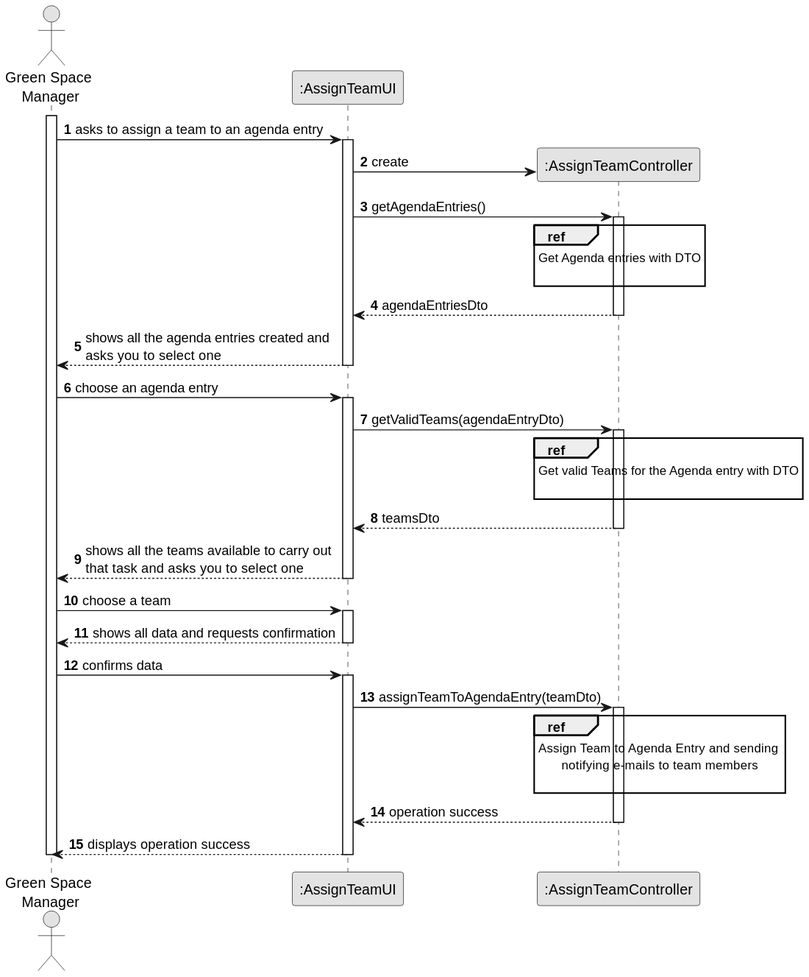
This is docs/sprintC/us023/03.design/svg/us023-sequence-diagram-split.svg from diogoveirospro/lei-24-s2-1dg-g072, a PlantUML export, as it was before one commit. Source of this version:
```plantuml
@startuml
skinparam monochrome true
skinparam packageStyle rectangle
skinparam shadowing false

autonumber

actor "Green Space\n Manager" as GSM
participant ":AssignTeamUI" as UI
participant ":AssignTeamController" as CTRL

activate GSM

    GSM -> UI : asks to assign a team to an agenda entry
    activate UI

    UI -> CTRL** : create

    UI -> CTRL : getAgendaEntries()
    activate CTRL

        ref over CTRL
        Get Agenda entries with DTO

        end

        CTRL --> UI : agendaEntriesDto
    deactivate CTRL

    UI --> GSM : shows all the agenda entries created and \nasks you to select one
    deactivate UI

    GSM -> UI : choose an agenda entry
    activate UI

    UI -> CTRL : getValidTeams(agendaEntryDto)
    activate CTRL

        ref over CTRL
        Get valid Teams for the Agenda entry with DTO

        end

        CTRL --> UI : teamsDto
    deactivate CTRL

    UI --> GSM : shows all the teams available to carry out \nthat task and asks you to select one
    deactivate UI

    GSM -> UI : choose a team
    activate UI

        UI --> GSM : shows all data and requests confirmation
    deactivate UI

    GSM -> UI : confirms data
    activate UI

        UI -> CTRL : assignTeamToAgendaEntry(teamDto)
        activate CTRL

            ref over CTRL
            Assign Team to Agenda Entry and sending
            notifying e-mails to team members

            end

            CTRL --> UI : operation success
        deactivate CTRL

        UI --> GSM : displays operation success
    deactivate UI

deactivate GSM
@enduml
```
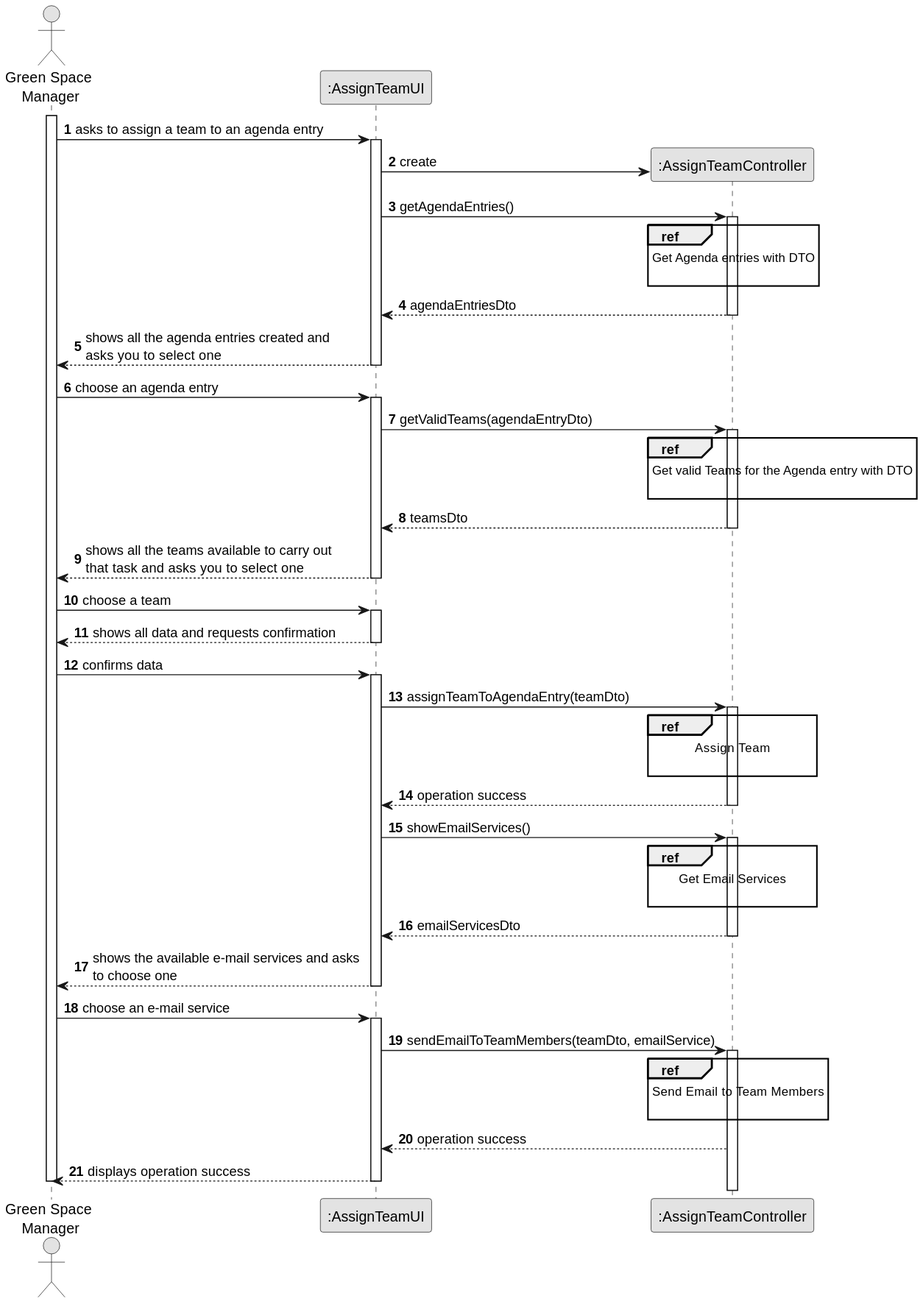
After the change.

The edit, as a diff of the source:
```diff
@@ -60,14 +60,40 @@
         activate CTRL
 
             ref over CTRL
-            Assign Team to Agenda Entry and sending
-            notifying e-mails to team members
+            Assign Team
 
             end
 
             CTRL --> UI : operation success
         deactivate CTRL
 
+        UI -> CTRL : showEmailServices()
+        activate CTRL
+
+            ref over CTRL
+            Get Email Services
+
+            end
+
+            CTRL --> UI : emailServicesDto
+        deactivate CTRL
+
+        UI --> GSM : shows the available e-mail services and asks \nto choose one
+    deactivate UI
+
+    GSM -> UI : choose an e-mail service
+    activate UI
+
+        UI -> CTRL : sendEmailToTeamMembers(teamDto, emailService)
+        activate CTRL
+
+            ref over CTRL
+            Send Email to Team Members
+
+            end
+
+            CTRL --> UI : operation success
+
         UI --> GSM : displays operation success
     deactivate UI
 
```
